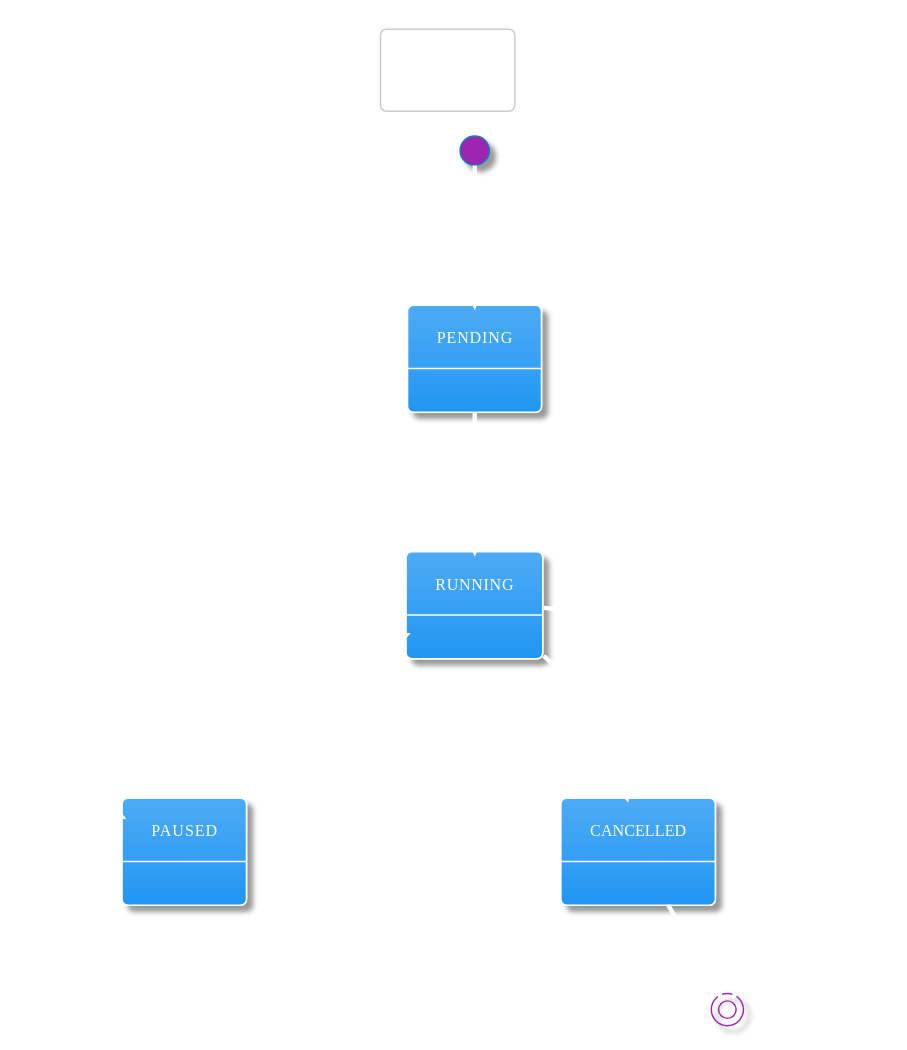
The PlantUML diagram docs/workflow-viz/charts/src-server-application-workflow-command-service-ts-b8963d50-state.svg in maroonxv/stock-screening-boost, before a commit. Its diagram source:
```plantuml
@startuml
!theme materia
skinparam defaultFontColor #FFFFFF
skinparam ArrowColor #FFFFFF
skinparam LineColor #FFFFFF
skinparam PackageBorderColor #FFFFFF
skinparam RectangleBorderColor #FFFFFF
skinparam ComponentBorderColor #FFFFFF
skinparam SequenceArrowColor #FFFFFF
skinparam SequenceLifeLineBorderColor #FFFFFF
skinparam SequenceParticipantBorderColor #FFFFFF
skinparam SequenceParticipantFontColor #FFFFFF
skinparam ActivityBorderColor #FFFFFF
skinparam ActivityFontColor #FFFFFF
skinparam ActivityDiamondBorderColor #FFFFFF
skinparam ActivityDiamondFontColor #FFFFFF
skinparam StateBorderColor #FFFFFF
skinparam StateFontColor #FFFFFF
title 状态图
[*] --> PENDING : createRun()
PENDING --> RUNNING : workflow runner 启动
RUNNING --> PAUSED : 人工审批或中断等待
PAUSED --> RUNNING : approveScreeningInsights()
RUNNING --> CANCELLED : cancelRun()
RUNNING --> [*] : 正常完成
CANCELLED --> [*]
@enduml
```
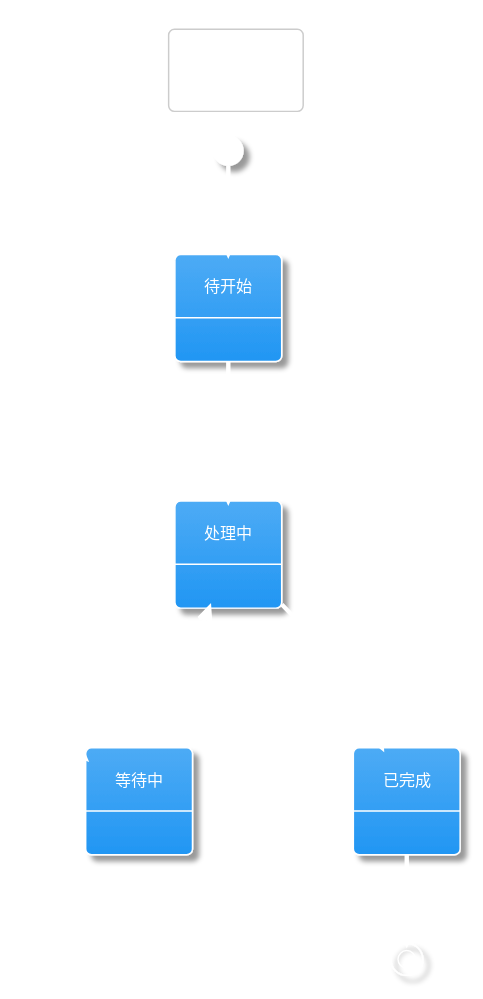
Later version of the same file.

What changed in the source:
```diff
@@ -17,11 +17,10 @@
 skinparam StateBorderColor #FFFFFF
 skinparam StateFontColor #FFFFFF
 title 状态图
-[*] --> PENDING : createRun()
-PENDING --> RUNNING : workflow runner 启动
-RUNNING --> PAUSED : 人工审批或中断等待
-PAUSED --> RUNNING : approveScreeningInsights()
-RUNNING --> CANCELLED : cancelRun()
-RUNNING --> [*] : 正常完成
-CANCELLED --> [*]
+[*] --> 待开始
+待开始 --> 处理中 : 启动
+处理中 --> 等待中 : 暂停或等待
+等待中 --> 处理中 : 恢复或重试
+处理中 --> 已完成 : 完成
+已完成 --> [*]
 @enduml
```
